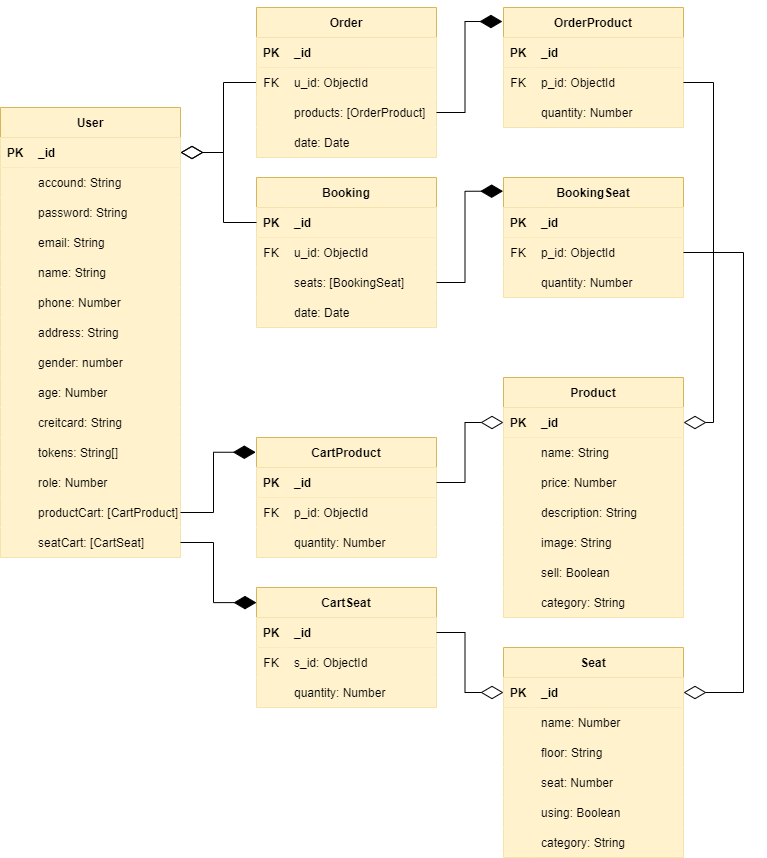
Earlier version of the draw.io export models/結構.png (qweasd333ee/a-place-bar-back). Source tidied: cells renumbered, new cells last; positions are measured from the earlier drawing's top-left corner, leaving out a move shared by most shapes.
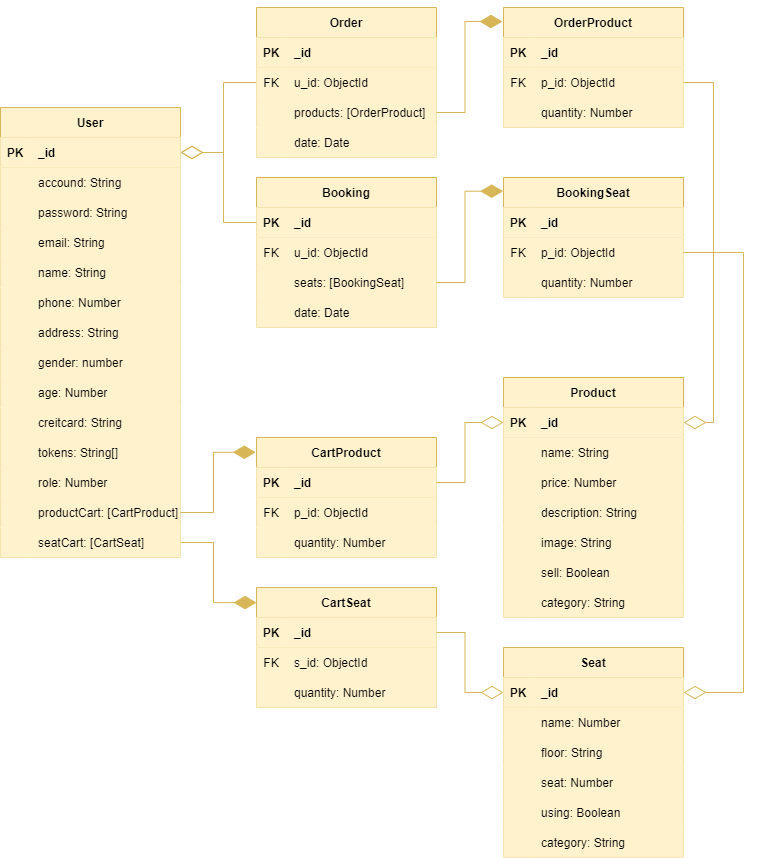
The same diagram one commit later.

The edit, as a diff of the source:
```diff
@@ -257,7 +257,7 @@
     <mxCell id="86" value="quantity: Number" style="shape=partialRectangle;top=0;left=0;bottom=0;right=0;align=left;spacingLeft=6;overflow=hidden;labelBorderColor=none;strokeWidth=1;labelBackgroundColor=none;fillColor=#fff2cc;strokeColor=#d6b656;shadow=0;swimlaneLine=1;" parent="84" vertex="1">
       <mxGeometry x="30" width="150" height="30" as="geometry" />
     </mxCell>
-    <mxCell id="87" style="edgeStyle=orthogonalEdgeStyle;rounded=0;jettySize=auto;html=1;exitX=0;exitY=0.5;exitDx=0;exitDy=0;entryX=1;entryY=0.5;entryDx=0;entryDy=0;endArrow=diamondThin;endFill=0;endSize=20;" parent="1" edge="1" source="88" target="3">
+    <mxCell id="87" style="edgeStyle=orthogonalEdgeStyle;rounded=0;jettySize=auto;html=1;exitX=0;exitY=0.5;exitDx=0;exitDy=0;entryX=1;entryY=0.5;entryDx=0;entryDy=0;endArrow=diamondThin;endFill=0;endSize=20;fillColor=#fff2cc;strokeColor=#d6b656;" parent="1" edge="1" source="88" target="3">
       <mxGeometry relative="1" as="geometry" />
     </mxCell>
     <mxCell id="88" value="Order" style="shape=table;startSize=30;rowLines=0;fontStyle=1;align=center;labelBorderColor=none;strokeWidth=1;labelBackgroundColor=none;fillColor=#fff2cc;strokeColor=#d6b656;shadow=0;swimlaneLine=1;" parent="1" vertex="1">
@@ -329,10 +329,10 @@
     <mxCell id="110" value="quantity: Number" style="shape=partialRectangle;top=0;left=0;bottom=0;right=0;align=left;spacingLeft=6;overflow=hidden;labelBorderColor=none;strokeWidth=1;labelBackgroundColor=none;fillColor=#fff2cc;strokeColor=#d6b656;shadow=0;swimlaneLine=1;" parent="108" vertex="1">
       <mxGeometry x="30" width="150" height="30" as="geometry" />
     </mxCell>
-    <mxCell id="111" style="edgeStyle=orthogonalEdgeStyle;rounded=0;jettySize=auto;html=1;exitX=1;exitY=0.5;exitDx=0;exitDy=0;entryX=-0.004;entryY=0.123;entryDx=0;entryDy=0;entryPerimeter=0;endArrow=diamondThin;endFill=1;endSize=20;" parent="1" edge="1" source="39" target="67">
+    <mxCell id="111" style="edgeStyle=orthogonalEdgeStyle;rounded=0;jettySize=auto;html=1;exitX=1;exitY=0.5;exitDx=0;exitDy=0;entryX=-0.004;entryY=0.123;entryDx=0;entryDy=0;entryPerimeter=0;endArrow=diamondThin;endFill=1;endSize=20;fillColor=#fff2cc;strokeColor=#d6b656;" parent="1" edge="1" source="39" target="67">
       <mxGeometry relative="1" as="geometry" />
     </mxCell>
-    <mxCell id="112" style="edgeStyle=orthogonalEdgeStyle;rounded=0;jettySize=auto;html=1;exitX=1;exitY=0.5;exitDx=0;exitDy=0;entryX=0;entryY=0.126;entryDx=0;entryDy=0;entryPerimeter=0;endArrow=diamondThin;endFill=1;endSize=20;" parent="1" edge="1" source="42" target="101">
+    <mxCell id="112" style="edgeStyle=orthogonalEdgeStyle;rounded=0;jettySize=auto;html=1;exitX=1;exitY=0.5;exitDx=0;exitDy=0;entryX=0;entryY=0.126;entryDx=0;entryDy=0;entryPerimeter=0;endArrow=diamondThin;endFill=1;endSize=20;fillColor=#fff2cc;strokeColor=#d6b656;" parent="1" edge="1" source="42" target="101">
       <mxGeometry relative="1" as="geometry" />
     </mxCell>
     <mxCell id="113" value="BookingSeat" style="shape=table;startSize=30;rowLines=0;fontStyle=1;align=center;labelBorderColor=none;strokeWidth=1;labelBackgroundColor=none;fillColor=#fff2cc;strokeColor=#d6b656;shadow=0;swimlaneLine=1;" parent="1" vertex="1">
@@ -422,10 +422,10 @@
     <mxCell id="141" value="category: String" style="shape=partialRectangle;top=0;left=0;bottom=0;right=0;align=left;spacingLeft=6;overflow=hidden;labelBorderColor=none;strokeWidth=1;labelBackgroundColor=none;fillColor=#fff2cc;strokeColor=#d6b656;shadow=0;swimlaneLine=1;" parent="139" vertex="1">
       <mxGeometry x="30" width="150" height="30" as="geometry" />
     </mxCell>
-    <mxCell id="142" style="edgeStyle=orthogonalEdgeStyle;rounded=0;jettySize=auto;html=1;exitX=1;exitY=0.5;exitDx=0;exitDy=0;entryX=0;entryY=0.5;entryDx=0;entryDy=0;endArrow=diamondThin;endFill=0;endSize=20;" parent="1" edge="1" source="68" target="46">
+    <mxCell id="142" style="edgeStyle=orthogonalEdgeStyle;rounded=0;jettySize=auto;html=1;exitX=1;exitY=0.5;exitDx=0;exitDy=0;entryX=0;entryY=0.5;entryDx=0;entryDy=0;endArrow=diamondThin;endFill=0;endSize=20;fillColor=#fff2cc;strokeColor=#d6b656;" parent="1" edge="1" source="68" target="46">
       <mxGeometry relative="1" as="geometry" />
     </mxCell>
-    <mxCell id="143" style="edgeStyle=orthogonalEdgeStyle;rounded=0;jettySize=auto;html=1;exitX=1;exitY=0.5;exitDx=0;exitDy=0;entryX=0;entryY=0.5;entryDx=0;entryDy=0;endArrow=diamondThin;endFill=0;endSize=20;" parent="1" edge="1" source="102" target="124">
+    <mxCell id="143" style="edgeStyle=orthogonalEdgeStyle;rounded=0;jettySize=auto;html=1;exitX=1;exitY=0.5;exitDx=0;exitDy=0;entryX=0;entryY=0.5;entryDx=0;entryDy=0;endArrow=diamondThin;endFill=0;endSize=20;fillColor=#fff2cc;strokeColor=#d6b656;" parent="1" edge="1" source="102" target="124">
       <mxGeometry relative="1" as="geometry" />
     </mxCell>
     <mxCell id="144" value="Booking" style="shape=table;startSize=30;rowLines=0;fontStyle=1;align=center;labelBorderColor=none;strokeWidth=1;labelBackgroundColor=none;fillColor=#fff2cc;strokeColor=#d6b656;shadow=0;swimlaneLine=1;" parent="1" vertex="1">
@@ -467,19 +467,19 @@
     <mxCell id="156" value="date: Date" style="shape=partialRectangle;top=0;left=0;bottom=0;right=0;align=left;spacingLeft=6;overflow=hidden;labelBorderColor=none;strokeWidth=1;labelBackgroundColor=none;fillColor=#fff2cc;strokeColor=#d6b656;shadow=0;swimlaneLine=1;" parent="154" vertex="1">
       <mxGeometry x="30" width="150" height="30" as="geometry" />
     </mxCell>
-    <mxCell id="157" style="edgeStyle=orthogonalEdgeStyle;rounded=0;jettySize=auto;html=1;exitX=0;exitY=0.5;exitDx=0;exitDy=0;entryX=1;entryY=0.5;entryDx=0;entryDy=0;endArrow=diamondThin;endFill=0;endSize=20;" parent="1" edge="1" source="145" target="3">
+    <mxCell id="157" style="edgeStyle=orthogonalEdgeStyle;rounded=0;jettySize=auto;html=1;exitX=0;exitY=0.5;exitDx=0;exitDy=0;entryX=1;entryY=0.5;entryDx=0;entryDy=0;endArrow=diamondThin;endFill=0;endSize=20;fillColor=#fff2cc;strokeColor=#d6b656;" parent="1" edge="1" source="145" target="3">
       <mxGeometry relative="1" as="geometry" />
     </mxCell>
-    <mxCell id="158" style="edgeStyle=orthogonalEdgeStyle;rounded=0;jettySize=auto;html=1;exitX=1;exitY=0.5;exitDx=0;exitDy=0;entryX=-0.006;entryY=0.117;entryDx=0;entryDy=0;entryPerimeter=0;endArrow=diamondThin;endFill=1;endSize=20;" parent="1" edge="1" source="95" target="77">
+    <mxCell id="158" style="edgeStyle=orthogonalEdgeStyle;rounded=0;jettySize=auto;html=1;exitX=1;exitY=0.5;exitDx=0;exitDy=0;entryX=-0.006;entryY=0.117;entryDx=0;entryDy=0;entryPerimeter=0;endArrow=diamondThin;endFill=1;endSize=20;fillColor=#fff2cc;strokeColor=#d6b656;" parent="1" edge="1" source="95" target="77">
       <mxGeometry relative="1" as="geometry" />
     </mxCell>
-    <mxCell id="159" style="edgeStyle=orthogonalEdgeStyle;rounded=0;jettySize=auto;html=1;exitX=1;exitY=0.5;exitDx=0;exitDy=0;entryX=-0.002;entryY=0.114;entryDx=0;entryDy=0;entryPerimeter=0;endArrow=diamondThin;endFill=1;endSize=20;" parent="1" edge="1" source="151" target="113">
+    <mxCell id="159" style="edgeStyle=orthogonalEdgeStyle;rounded=0;jettySize=auto;html=1;exitX=1;exitY=0.5;exitDx=0;exitDy=0;entryX=-0.002;entryY=0.114;entryDx=0;entryDy=0;entryPerimeter=0;endArrow=diamondThin;endFill=1;endSize=20;fillColor=#fff2cc;strokeColor=#d6b656;" parent="1" edge="1" source="151" target="113">
       <mxGeometry relative="1" as="geometry" />
     </mxCell>
-    <mxCell id="160" style="edgeStyle=orthogonalEdgeStyle;rounded=0;jettySize=auto;html=1;exitX=1;exitY=0.5;exitDx=0;exitDy=0;entryX=1;entryY=0.5;entryDx=0;entryDy=0;endArrow=diamondThin;endFill=0;endSize=20;" parent="1" edge="1" source="81" target="46">
+    <mxCell id="160" style="edgeStyle=orthogonalEdgeStyle;rounded=0;jettySize=auto;html=1;exitX=1;exitY=0.5;exitDx=0;exitDy=0;entryX=1;entryY=0.5;entryDx=0;entryDy=0;endArrow=diamondThin;endFill=0;endSize=20;fillColor=#fff2cc;strokeColor=#d6b656;" parent="1" edge="1" source="81" target="46">
       <mxGeometry relative="1" as="geometry" />
     </mxCell>
-    <mxCell id="161" style="edgeStyle=orthogonalEdgeStyle;rounded=0;jettySize=auto;html=1;exitX=1;exitY=0.5;exitDx=0;exitDy=0;entryX=1;entryY=0.5;entryDx=0;entryDy=0;endArrow=diamondThin;endFill=0;endSize=20;" parent="1" edge="1" source="117" target="124">
+    <mxCell id="161" style="edgeStyle=orthogonalEdgeStyle;rounded=0;jettySize=auto;html=1;exitX=1;exitY=0.5;exitDx=0;exitDy=0;entryX=1;entryY=0.5;entryDx=0;entryDy=0;endArrow=diamondThin;endFill=0;endSize=20;fillColor=#fff2cc;strokeColor=#d6b656;" parent="1" edge="1" source="117" target="124">
       <mxGeometry relative="1" as="geometry">
         <Array as="points">
           <mxPoint x="743" y="245" />
```
